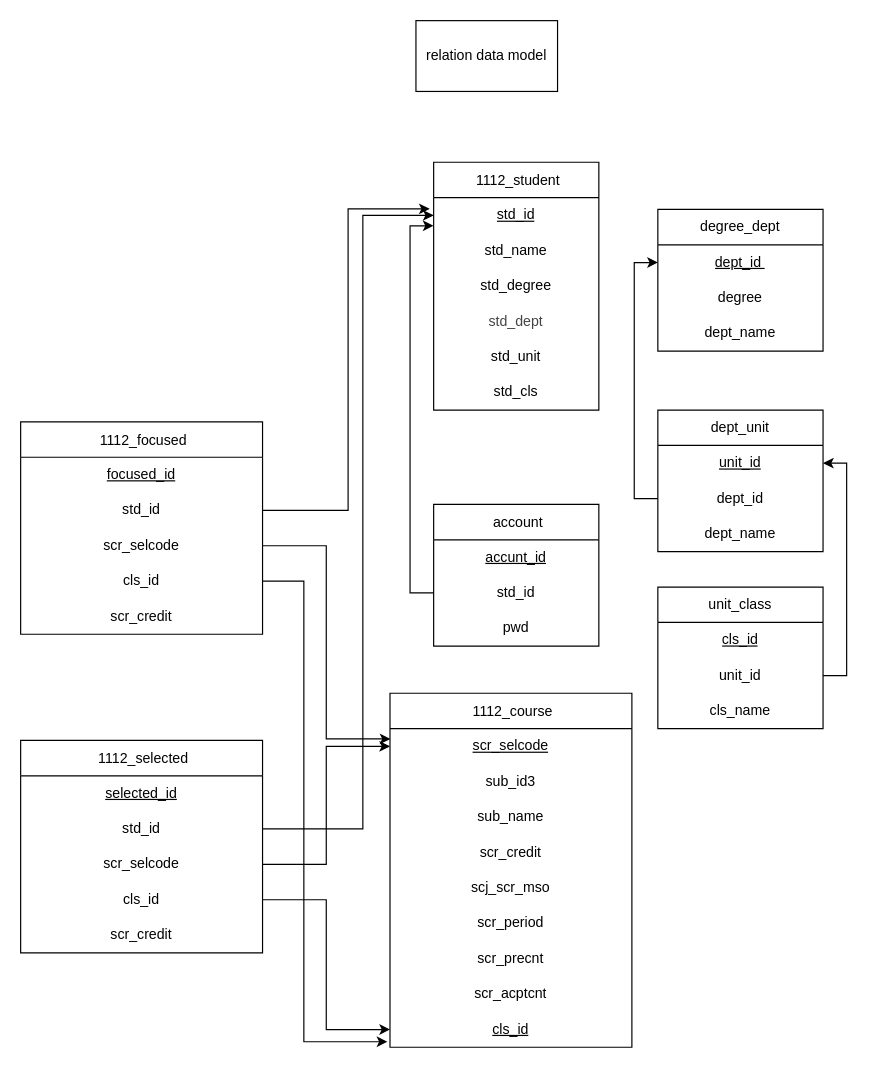
This is DB Schema 設計/relation data model.drawio from SparrowTen/FCU_CourseSearch, a draw.io file, before an edit. Source tidied: cells renumbered, new cells numbered last; positions are measured from the earlier drawing's top-left corner, leaving out a move shared by most shapes. Both pictures are drawn from the tidied source at 118%, with x=0, y=0 at pixel (20, 20).
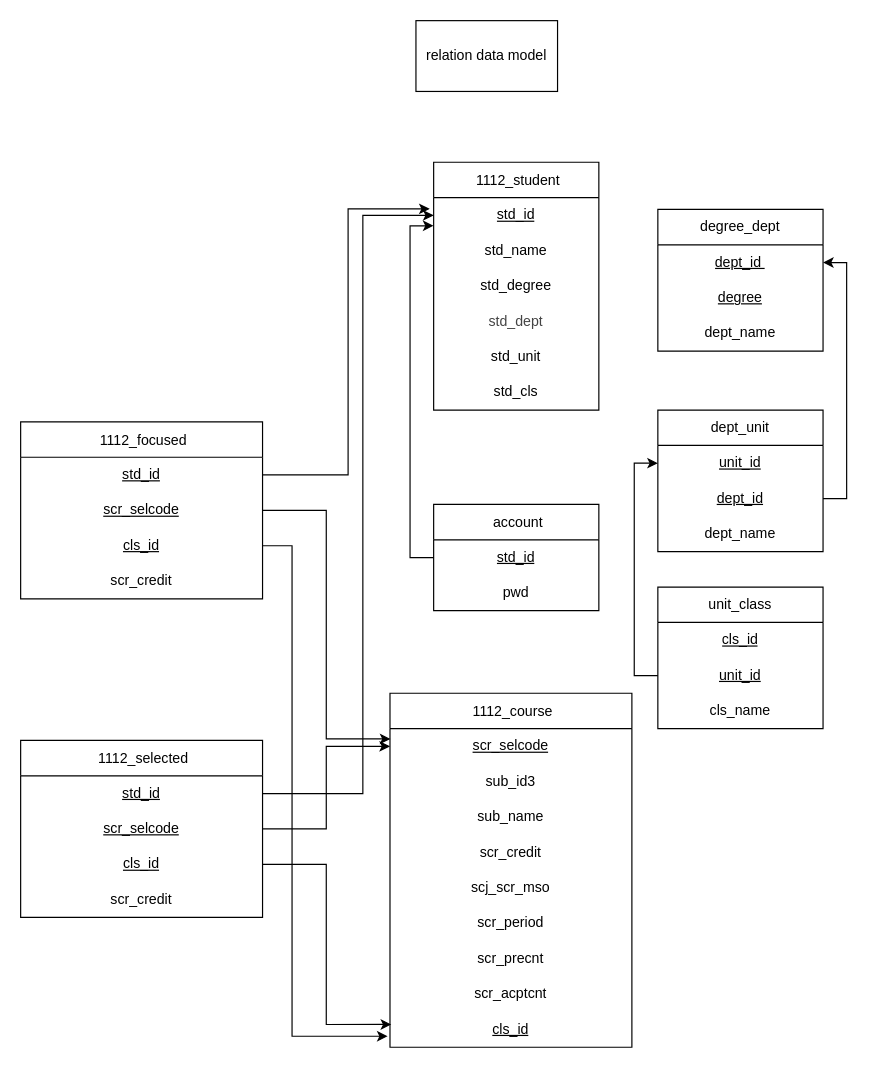
After the change.

Commit message:
新增foreign key

Unchanged cells that the change refers to:
```xml
<mxCell id="12" value="&lt;div style=&quot;line-height: 19px; font-size: 12px;&quot;&gt;&lt;font style=&quot;font-size: 12px;&quot;&gt;cls_id&lt;/font&gt;&lt;br style=&quot;font-size: 12px;&quot;&gt;&lt;/div&gt;" style="text;strokeColor=none;fillColor=none;align=center;verticalAlign=middle;spacingLeft=4;spacingRight=4;overflow=hidden;points=[[0,0.5],[1,0.5]];portConstraint=eastwest;html=1;whiteSpace=wrap;labelBackgroundColor=none;fontColor=default;fontFamily=Helvetica;fontStyle=4;fontSize=12;" parent="3" vertex="1">
  <mxGeometry y="270" width="205" height="30" as="geometry" />
</mxCell>
<mxCell id="14" value="std_id" style="text;strokeColor=none;fillColor=none;align=center;verticalAlign=middle;spacingLeft=4;spacingRight=4;overflow=hidden;points=[[0,0.5],[1,0.5]];portConstraint=eastwest;whiteSpace=wrap;html=1;fontStyle=4;fontFamily=Helvetica;fontSize=12;" parent="13" vertex="1">
  <mxGeometry y="30" width="140" height="30" as="geometry" />
</mxCell>
<mxCell id="36" value="degree_dept" style="swimlane;fontStyle=0;horizontal=1;startSize=30;whiteSpace=wrap;html=1;fontFamily=Helvetica;fontSize=12;" parent="1" vertex="1">
  <mxGeometry x="540" y="160" width="140" height="120" as="geometry" />
</mxCell>
<mxCell id="37" value="dept_id&amp;nbsp;" style="text;strokeColor=none;fillColor=none;align=center;verticalAlign=middle;spacingLeft=4;spacingRight=4;overflow=hidden;points=[[0,0.5],[1,0.5]];portConstraint=eastwest;whiteSpace=wrap;html=1;fontStyle=4;fontFamily=Helvetica;fontSize=12;" parent="36" vertex="1">
  <mxGeometry y="30" width="140" height="30" as="geometry" />
</mxCell>
<mxCell id="40" value="dept_unit" style="swimlane;fontStyle=0;horizontal=1;startSize=30;whiteSpace=wrap;html=1;fontFamily=Helvetica;fontSize=12;" parent="1" vertex="1">
  <mxGeometry x="540" y="330" width="140" height="120" as="geometry" />
</mxCell>
<mxCell id="41" value="unit_id" style="text;strokeColor=none;fillColor=none;align=center;verticalAlign=middle;spacingLeft=4;spacingRight=4;overflow=hidden;points=[[0,0.5],[1,0.5]];portConstraint=eastwest;whiteSpace=wrap;html=1;fontStyle=4;fontFamily=Helvetica;fontSize=12;" parent="40" vertex="1">
  <mxGeometry y="30" width="140" height="30" as="geometry" />
</mxCell>
<mxCell id="44" value="unit_class" style="swimlane;fontStyle=0;horizontal=1;startSize=30;whiteSpace=wrap;html=1;fontFamily=Helvetica;fontSize=12;" parent="1" vertex="1">
  <mxGeometry x="540" y="480" width="140" height="120" as="geometry" />
</mxCell>
```

Diff of the diagram source:
```diff
@@
     <mxCell id="20" value="&lt;a style=&quot;box-sizing: border-box; color: rgb(0, 0, 0); text-decoration-line: none; padding-left: 0.3em; line-height: 1.5em; height: 1.5em; position: relative; z-index: 100; vertical-align: sub; font-size: 12px; text-align: left;&quot; title=&quot;瀏覽&quot; href=&quot;http://localhost/phpmyadmin/index.php?route=/sql&amp;amp;pos=0&amp;amp;db=fcu&amp;amp;table=1112_focused&quot; class=&quot;hover_show_full&quot;&gt;1112_focused&lt;/a&gt;" style="swimlane;fontStyle=0;horizontal=1;startSize=30;whiteSpace=wrap;html=1;fontFamily=Helvetica;fontSize=12;" parent="1" vertex="1">
-      <mxGeometry y="340" width="205" height="180" as="geometry" />
+      <mxGeometry y="340" width="205" height="150" as="geometry" />
     </mxCell>
-    <mxCell id="21" value="focused_id" style="text;strokeColor=none;fillColor=none;align=center;verticalAlign=middle;spacingLeft=4;spacingRight=4;overflow=hidden;whiteSpace=wrap;html=1;fontStyle=4;fontFamily=Helvetica;fontSize=12;" parent="20" vertex="1">
-      <mxGeometry y="30" width="205" height="30" as="geometry" />
-    </mxCell>
-    <mxCell id="22" value="std_id" style="text;strokeColor=none;fillColor=none;align=center;verticalAlign=middle;spacingLeft=4;spacingRight=4;overflow=hidden;points=[[0,0.5],[1,0.5]];portConstraint=eastwest;whiteSpace=wrap;html=1;fontStyle=0;fontFamily=Helvetica;fontSize=12;" parent="20" vertex="1">
-      <mxGeometry y="60" width="205" height="30" as="geometry" />
+    <mxCell id="22" value="std_id" style="text;strokeColor=none;fillColor=none;align=center;verticalAlign=middle;spacingLeft=4;spacingRight=4;overflow=hidden;points=[[0,0.5],[1,0.5]];portConstraint=eastwest;whiteSpace=wrap;html=1;fontStyle=4;fontFamily=Helvetica;fontSize=12;" parent="20" vertex="1">
+      <mxGeometry y="30" width="205" height="30" as="geometry" />
     </mxCell>
-    <mxCell id="23" value="scr_selcode" style="text;strokeColor=none;fillColor=none;align=center;verticalAlign=middle;spacingLeft=4;spacingRight=4;overflow=hidden;points=[[0,0.5],[1,0.5]];portConstraint=eastwest;whiteSpace=wrap;html=1;fontStyle=0;fontFamily=Helvetica;fontSize=12;" parent="20" vertex="1">
-      <mxGeometry y="90" width="205" height="30" as="geometry" />
+    <mxCell id="23" value="scr_selcode" style="text;strokeColor=none;fillColor=none;align=center;verticalAlign=middle;spacingLeft=4;spacingRight=4;overflow=hidden;points=[[0,0.5],[1,0.5]];portConstraint=eastwest;whiteSpace=wrap;html=1;fontStyle=4;fontFamily=Helvetica;fontSize=12;" parent="20" vertex="1">
+      <mxGeometry y="60" width="205" height="30" as="geometry" />
     </mxCell>
-    <mxCell id="24" value="cls_id" style="text;strokeColor=none;fillColor=none;align=center;verticalAlign=middle;spacingLeft=4;spacingRight=4;overflow=hidden;points=[[0,0.5],[1,0.5]];portConstraint=eastwest;whiteSpace=wrap;html=1;fontStyle=0;fontFamily=Helvetica;fontSize=12;" parent="20" vertex="1">
-      <mxGeometry y="120" width="205" height="30" as="geometry" />
+    <mxCell id="24" value="cls_id" style="text;strokeColor=none;fillColor=none;align=center;verticalAlign=middle;spacingLeft=4;spacingRight=4;overflow=hidden;points=[[0,0.5],[1,0.5]];portConstraint=eastwest;whiteSpace=wrap;html=1;fontStyle=4;fontFamily=Helvetica;fontSize=12;" parent="20" vertex="1">
+      <mxGeometry y="90" width="205" height="30" as="geometry" />
     </mxCell>
     <mxCell id="25" value="scr_credit" style="text;strokeColor=none;fillColor=none;align=center;verticalAlign=middle;spacingLeft=4;spacingRight=4;overflow=hidden;whiteSpace=wrap;html=1;fontFamily=Helvetica;fontSize=12;" parent="20" vertex="1">
-      <mxGeometry y="150" width="205" height="30" as="geometry" />
+      <mxGeometry y="120" width="205" height="30" as="geometry" />
     </mxCell>
     <mxCell id="26" value="&lt;a style=&quot;box-sizing: border-box; color: rgb(0, 0, 0); text-decoration-line: none; padding-left: 0.3em; line-height: 1.5em; height: 1.5em; position: relative; z-index: 100; vertical-align: sub; font-size: 12px; text-align: left;&quot; title=&quot;瀏覽&quot; href=&quot;http://localhost/phpmyadmin/index.php?route=/sql&amp;amp;pos=0&amp;amp;db=fcu&amp;amp;table=1112_selected&quot; class=&quot;hover_show_full&quot;&gt;1112_selected&lt;/a&gt;" style="swimlane;fontStyle=0;horizontal=1;startSize=30;whiteSpace=wrap;html=1;fontFamily=Helvetica;fontSize=12;" parent="1" vertex="1">
-      <mxGeometry y="610" width="205" height="180" as="geometry" />
+      <mxGeometry y="610" width="205" height="150" as="geometry" />
     </mxCell>
-    <mxCell id="27" value="selected_id" style="text;strokeColor=none;fillColor=none;align=center;verticalAlign=middle;spacingLeft=4;spacingRight=4;overflow=hidden;whiteSpace=wrap;html=1;fontStyle=4;fontFamily=Helvetica;fontSize=12;" parent="26" vertex="1">
-      <mxGeometry y="30" width="205" height="30" as="geometry" />
-    </mxCell>
-    <mxCell id="28" value="std_id" style="text;strokeColor=none;fillColor=none;align=center;verticalAlign=middle;spacingLeft=4;spacingRight=4;overflow=hidden;points=[[0,0.5],[1,0.5]];portConstraint=eastwest;whiteSpace=wrap;html=1;fontStyle=0;fontFamily=Helvetica;fontSize=12;" parent="26" vertex="1">
-      <mxGeometry y="60" width="205" height="30" as="geometry" />
+    <mxCell id="28" value="std_id" style="text;strokeColor=none;fillColor=none;align=center;verticalAlign=middle;spacingLeft=4;spacingRight=4;overflow=hidden;points=[[0,0.5],[1,0.5]];portConstraint=eastwest;whiteSpace=wrap;html=1;fontStyle=4;fontFamily=Helvetica;fontSize=12;" parent="26" vertex="1">
+      <mxGeometry y="30" width="205" height="30" as="geometry" />
     </mxCell>
-    <mxCell id="29" value="scr_selcode" style="text;strokeColor=none;fillColor=none;align=center;verticalAlign=middle;spacingLeft=4;spacingRight=4;overflow=hidden;points=[[0,0.5],[1,0.5]];portConstraint=eastwest;whiteSpace=wrap;html=1;fontStyle=0;fontFamily=Helvetica;fontSize=12;" parent="26" vertex="1">
-      <mxGeometry y="90" width="205" height="30" as="geometry" />
+    <mxCell id="29" value="scr_selcode" style="text;strokeColor=none;fillColor=none;align=center;verticalAlign=middle;spacingLeft=4;spacingRight=4;overflow=hidden;points=[[0,0.5],[1,0.5]];portConstraint=eastwest;whiteSpace=wrap;html=1;fontStyle=4;fontFamily=Helvetica;fontSize=12;" parent="26" vertex="1">
+      <mxGeometry y="60" width="205" height="30" as="geometry" />
     </mxCell>
-    <mxCell id="30" value="cls_id" style="text;strokeColor=none;fillColor=none;align=center;verticalAlign=middle;spacingLeft=4;spacingRight=4;overflow=hidden;points=[[0,0.5],[1,0.5]];portConstraint=eastwest;whiteSpace=wrap;html=1;fontStyle=0;fontFamily=Helvetica;fontSize=12;" parent="26" vertex="1">
-      <mxGeometry y="120" width="205" height="30" as="geometry" />
+    <mxCell id="30" value="cls_id" style="text;strokeColor=none;fillColor=none;align=center;verticalAlign=middle;spacingLeft=4;spacingRight=4;overflow=hidden;points=[[0,0.5],[1,0.5]];portConstraint=eastwest;whiteSpace=wrap;html=1;fontStyle=4;fontFamily=Helvetica;fontSize=12;" parent="26" vertex="1">
+      <mxGeometry y="90" width="205" height="30" as="geometry" />
     </mxCell>
     <mxCell id="31" value="scr_credit" style="text;strokeColor=none;fillColor=none;align=center;verticalAlign=middle;spacingLeft=4;spacingRight=4;overflow=hidden;whiteSpace=wrap;html=1;fontFamily=Helvetica;fontSize=12;" parent="26" vertex="1">
-      <mxGeometry y="150" width="205" height="30" as="geometry" />
+      <mxGeometry y="120" width="205" height="30" as="geometry" />
     </mxCell>
     <mxCell id="32" value="&lt;a style=&quot;box-sizing: border-box; color: rgb(0, 0, 0); text-decoration-line: none; padding-left: 0.3em; line-height: 1.5em; height: 1.5em; position: relative; z-index: 100; vertical-align: sub; font-size: 12px; text-align: left;&quot; title=&quot;瀏覽&quot; href=&quot;http://localhost/phpmyadmin/index.php?route=/sql&amp;amp;pos=0&amp;amp;db=fcu&amp;amp;table=account&quot; class=&quot;hover_show_full&quot;&gt;account&lt;/a&gt;" style="swimlane;fontStyle=0;horizontal=1;startSize=30;whiteSpace=wrap;html=1;fontFamily=Helvetica;fontSize=12;" parent="1" vertex="1">
-      <mxGeometry x="350" y="410" width="140" height="120" as="geometry" />
+      <mxGeometry x="350" y="410" width="140" height="90" as="geometry" />
     </mxCell>
-    <mxCell id="33" value="accunt_id" style="text;strokeColor=none;fillColor=none;align=center;verticalAlign=middle;spacingLeft=4;spacingRight=4;overflow=hidden;whiteSpace=wrap;html=1;fontStyle=4;fontFamily=Helvetica;fontSize=12;" parent="32" vertex="1">
-      <mxGeometry y="30" width="140" height="30" as="geometry" />
-    </mxCell>
-    <mxCell id="34" value="std_id" style="text;strokeColor=none;fillColor=none;align=center;verticalAlign=middle;spacingLeft=4;spacingRight=4;overflow=hidden;points=[[0,0.5],[1,0.5]];portConstraint=eastwest;whiteSpace=wrap;html=1;fontStyle=0;fontFamily=Helvetica;fontSize=12;" parent="32" vertex="1">
-      <mxGeometry y="60" width="140" height="30" as="geometry" />
+    <mxCell id="34" value="std_id" style="text;strokeColor=none;fillColor=none;align=center;verticalAlign=middle;spacingLeft=4;spacingRight=4;overflow=hidden;points=[[0,0.5],[1,0.5]];portConstraint=eastwest;whiteSpace=wrap;html=1;fontStyle=4;fontFamily=Helvetica;fontSize=12;" parent="32" vertex="1">
+      <mxGeometry y="30" width="140" height="30" as="geometry" />
     </mxCell>
     <mxCell id="35" value="pwd" style="text;strokeColor=none;fillColor=none;align=center;verticalAlign=middle;spacingLeft=4;spacingRight=4;overflow=hidden;whiteSpace=wrap;html=1;fontFamily=Helvetica;fontSize=12;" parent="32" vertex="1">
-      <mxGeometry y="90" width="140" height="30" as="geometry" />
+      <mxGeometry y="60" width="140" height="30" as="geometry" />
     </mxCell>
@@
-    <mxCell id="38" value="degree" style="text;strokeColor=none;fillColor=none;align=center;verticalAlign=middle;spacingLeft=4;spacingRight=4;overflow=hidden;whiteSpace=wrap;html=1;fontStyle=0;fontFamily=Helvetica;fontSize=12;" parent="36" vertex="1">
+    <mxCell id="38" value="&lt;u&gt;degree&lt;/u&gt;" style="text;strokeColor=none;fillColor=none;align=center;verticalAlign=middle;spacingLeft=4;spacingRight=4;overflow=hidden;whiteSpace=wrap;html=1;fontStyle=0;fontFamily=Helvetica;fontSize=12;" parent="36" vertex="1">
       <mxGeometry y="60" width="140" height="30" as="geometry" />
     </mxCell>
@@
-    <mxCell id="42" value="dept_id" style="text;strokeColor=none;fillColor=none;align=center;verticalAlign=middle;spacingLeft=4;spacingRight=4;overflow=hidden;points=[[0,0.5],[1,0.5]];portConstraint=eastwest;whiteSpace=wrap;html=1;fontStyle=0;fontFamily=Helvetica;fontSize=12;" parent="40" vertex="1">
+    <mxCell id="42" value="dept_id" style="text;strokeColor=none;fillColor=none;align=center;verticalAlign=middle;spacingLeft=4;spacingRight=4;overflow=hidden;points=[[0,0.5],[1,0.5]];portConstraint=eastwest;whiteSpace=wrap;html=1;fontStyle=4;fontFamily=Helvetica;fontSize=12;" parent="40" vertex="1">
       <mxGeometry y="60" width="140" height="30" as="geometry" />
     </mxCell>
@@
-    <mxCell id="46" value="unit_id" style="text;strokeColor=none;fillColor=none;align=center;verticalAlign=middle;spacingLeft=4;spacingRight=4;overflow=hidden;points=[[0,0.5],[1,0.5]];portConstraint=eastwest;whiteSpace=wrap;html=1;fontStyle=0;fontFamily=Helvetica;fontSize=12;" parent="44" vertex="1">
+    <mxCell id="46" value="unit_id" style="text;strokeColor=none;fillColor=none;align=center;verticalAlign=middle;spacingLeft=4;spacingRight=4;overflow=hidden;points=[[0,0.5],[1,0.5]];portConstraint=eastwest;whiteSpace=wrap;html=1;fontStyle=4;fontFamily=Helvetica;fontSize=12;" parent="44" vertex="1">
       <mxGeometry y="60" width="140" height="30" as="geometry" />
     </mxCell>
@@
-    <mxCell id="48" style="edgeStyle=orthogonalEdgeStyle;rounded=0;jettySize=auto;html=1;exitX=1;exitY=0.5;exitDx=0;exitDy=0;entryX=1;entryY=0.5;entryDx=0;entryDy=0;fontFamily=Helvetica;fontSize=12;" parent="1" edge="1" source="46" target="41">
-      <mxGeometry relative="1" as="geometry" />
-    </mxCell>
-    <mxCell id="49" style="edgeStyle=orthogonalEdgeStyle;rounded=0;jettySize=auto;html=1;exitX=0;exitY=0.5;exitDx=0;exitDy=0;entryX=0;entryY=0.5;entryDx=0;entryDy=0;fontFamily=Helvetica;fontSize=12;" parent="1" edge="1" source="42" target="37">
-      <mxGeometry relative="1" as="geometry" />
-    </mxCell>
@@
-    <mxCell id="53" style="edgeStyle=orthogonalEdgeStyle;rounded=0;jettySize=auto;html=1;exitX=1;exitY=0.5;exitDx=0;exitDy=0;entryX=-0.011;entryY=0.844;entryDx=0;entryDy=0;entryPerimeter=0;" parent="1" edge="1" source="24" target="12">
-      <mxGeometry relative="1" as="geometry">
-        <Array as="points">
-          <mxPoint x="240" y="475" />
-          <mxPoint x="240" y="865" />
-        </Array>
-      </mxGeometry>
-    </mxCell>
     <mxCell id="54" style="edgeStyle=orthogonalEdgeStyle;rounded=0;jettySize=auto;html=1;exitX=1;exitY=0.5;exitDx=0;exitDy=0;entryX=0;entryY=0.5;entryDx=0;entryDy=0;" parent="1" edge="1" source="28" target="14">
       <mxGeometry relative="1" as="geometry">
         <Array as="points">
-          <mxPoint x="290" y="685" />
+          <mxPoint x="290" y="655" />
           <mxPoint x="290" y="165" />
         </Array>
       </mxGeometry>
     </mxCell>
@@
-    <mxCell id="56" style="edgeStyle=orthogonalEdgeStyle;rounded=0;jettySize=auto;html=1;exitX=1;exitY=0.5;exitDx=0;exitDy=0;entryX=0;entryY=0.5;entryDx=0;entryDy=0;" parent="1" edge="1" source="30" target="12">
+    <mxCell id="56" style="edgeStyle=orthogonalEdgeStyle;rounded=0;jettySize=auto;html=1;exitX=1;exitY=0.5;exitDx=0;exitDy=0;entryX=0.005;entryY=0.356;entryDx=0;entryDy=0;entryPerimeter=0;" parent="1" edge="1" source="30" target="12">
       <mxGeometry relative="1" as="geometry" />
     </mxCell>
+    <mxCell id="53" style="edgeStyle=orthogonalEdgeStyle;rounded=0;jettySize=auto;html=1;exitX=1;exitY=0.5;exitDx=0;exitDy=0;entryX=-0.01;entryY=0.69;entryDx=0;entryDy=0;entryPerimeter=0;" parent="1" edge="1" source="24" target="12">
+      <mxGeometry relative="1" as="geometry">
+        <Array as="points">
+          <mxPoint x="230" y="445" />
+          <mxPoint x="230" y="861" />
+        </Array>
+      </mxGeometry>
+    </mxCell>
+    <mxCell id="48" style="edgeStyle=orthogonalEdgeStyle;rounded=0;jettySize=auto;html=1;entryX=0;entryY=0.5;entryDx=0;entryDy=0;" parent="1" edge="1" source="46" target="41">
+      <mxGeometry relative="1" as="geometry" />
+    </mxCell>
+    <mxCell id="49" style="edgeStyle=orthogonalEdgeStyle;rounded=0;jettySize=auto;html=1;exitX=1;exitY=0.5;exitDx=0;exitDy=0;entryX=1;entryY=0.5;entryDx=0;entryDy=0;" parent="1" edge="1" source="42" target="37">
+      <mxGeometry relative="1" as="geometry" />
+    </mxCell>
```
